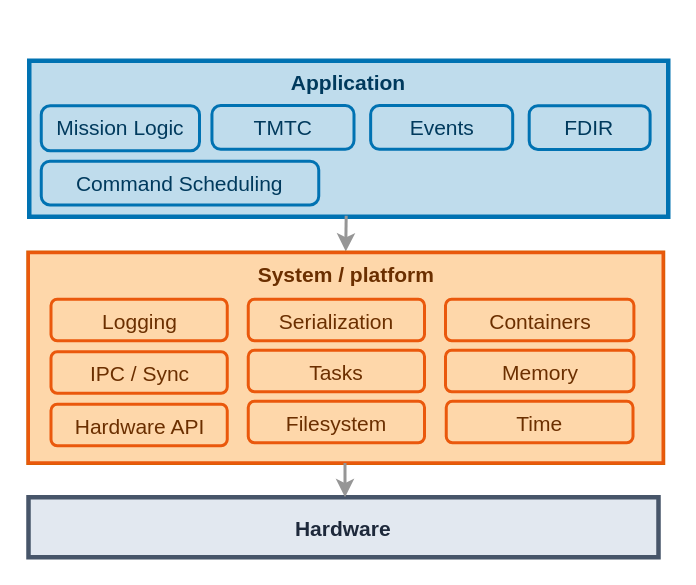
Earlier version of the draw.io diagram static/sat-rs/book/images/satrs-arch-generic.drawio (robamu/robamu.github.io). Source tidied: cells renumbered, new cells numbered last; positions are measured from the earlier drawing's top-left corner, leaving out a move shared by most shapes. Both pictures are drawn from the tidied source at 150%, with x=0, y=0 at pixel (27, 60).
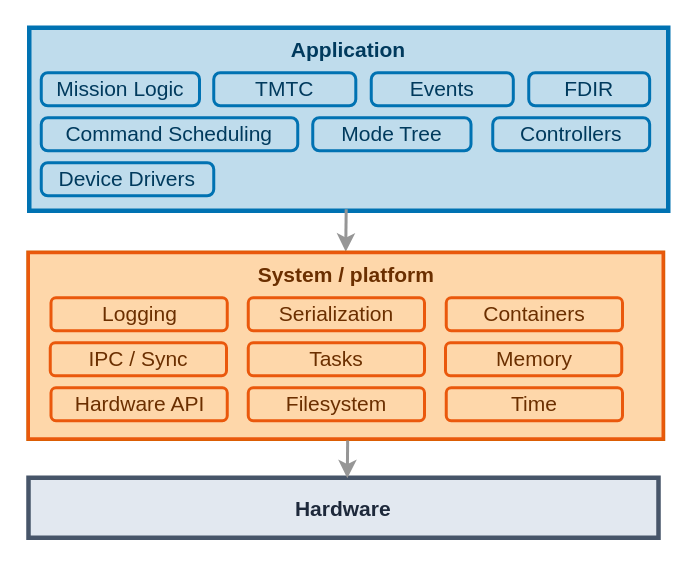
After the change.

Diff of the diagram source:
```diff
@@
     <mxCell id="2" value="Application" style="rounded=0;arcSize=20;strokeWidth=3;fillColor=#BFDCEC;strokeColor=#0072B2;fontSize=14;fontColor=#003A5D;labelBackgroundColor=none;fontStyle=1;labelPosition=center;verticalLabelPosition=middle;align=center;verticalAlign=top;spacingTop=0;perimeterSpacing=1;" parent="1" vertex="1">
-      <mxGeometry x="1" width="426" height="104" as="geometry" />
+      <mxGeometry x="1" y="-22" width="426" height="122" as="geometry" />
     </mxCell>
     <mxCell id="3" value="Hardware" style="rounded=0;arcSize=20;strokeWidth=3;fillColor=#E2E8F0;strokeColor=#475569;fontColor=#1E293B;labelBackgroundColor=none;fontStyle=1;fontSize=14;perimeterSpacing=1;" parent="1" vertex="1">
-      <mxGeometry x="0.5" y="291" width="420" height="40" as="geometry" />
+      <mxGeometry x="0.5" y="278" width="420" height="40" as="geometry" />
     </mxCell>
@@
     <mxCell id="5" style="group;fillColor=#FFF7ED;rounded=0;labelBackgroundColor=none;fontColor=#6B2F00;strokeColor=#D55E00;strokeWidth=3;perimeterSpacing=1;" parent="1" vertex="1">
-      <mxGeometry x="0.5" y="128" width="423" height="140" as="geometry" />
+      <mxGeometry x="0.5" y="128" width="423" height="124" as="geometry" />
     </mxCell>
     <mxCell id="6" value="System / platform" style="whiteSpace=wrap;strokeWidth=2;verticalAlign=top;fillColor=#FED7AA;strokeColor=#EA580C;fontColor=#6B2F00;fontSize=14;rounded=0;labelBackgroundColor=none;fontStyle=1;" parent="5" vertex="1">
-      <mxGeometry width="423" height="140" as="geometry" />
+      <mxGeometry width="423" height="124" as="geometry" />
     </mxCell>
-    <mxCell id="7" value="&lt;span style=&quot;font-weight: normal;&quot;&gt;Logging&lt;br&gt;&lt;/span&gt;" style="rounded=1;whiteSpace=wrap;html=1;fillColor=#FED7AA;fontColor=#6B2F00;strokeColor=#EA580C;labelBackgroundColor=none;strokeWidth=2;align=center;verticalAlign=top;fontFamily=Helvetica;fontSize=14;fontStyle=1;" parent="5" vertex="1">
-      <mxGeometry x="15" y="31" width="117.5" height="27.6" as="geometry" />
+    <mxCell id="7" value="&lt;span style=&quot;font-weight: normal;&quot;&gt;Logging&lt;br&gt;&lt;/span&gt;" style="rounded=1;whiteSpace=wrap;html=1;fillColor=#FED7AA;fontColor=#6B2F00;strokeColor=#EA580C;labelBackgroundColor=none;strokeWidth=2;align=center;verticalAlign=middle;fontFamily=Helvetica;fontSize=14;fontStyle=1;" parent="5" vertex="1">
+      <mxGeometry x="15" y="30" width="117.5" height="22" as="geometry" />
     </mxCell>
-    <mxCell id="8" value="&lt;span style=&quot;font-weight: normal;&quot;&gt;Serialization&lt;/span&gt;" style="rounded=1;whiteSpace=wrap;html=1;fillColor=#FED7AA;fontColor=#6B2F00;strokeColor=#EA580C;labelBackgroundColor=none;strokeWidth=2;align=center;verticalAlign=top;fontFamily=Helvetica;fontSize=14;fontStyle=1;" parent="5" vertex="1">
-      <mxGeometry x="146.5" y="31" width="117.5" height="27.6" as="geometry" />
+    <mxCell id="8" value="&lt;span style=&quot;font-weight: normal;&quot;&gt;Serialization&lt;/span&gt;" style="rounded=1;whiteSpace=wrap;html=1;fillColor=#FED7AA;fontColor=#6B2F00;strokeColor=#EA580C;labelBackgroundColor=none;strokeWidth=2;align=center;verticalAlign=middle;fontFamily=Helvetica;fontSize=14;fontStyle=1;" parent="5" vertex="1">
+      <mxGeometry x="146.5" y="30" width="117.5" height="22" as="geometry" />
     </mxCell>
-    <mxCell id="9" value="&lt;span style=&quot;font-weight: normal;&quot;&gt;Containers&lt;/span&gt;" style="rounded=1;whiteSpace=wrap;html=1;fillColor=#FED7AA;fontColor=#6B2F00;strokeColor=#EA580C;labelBackgroundColor=none;strokeWidth=2;align=center;verticalAlign=top;fontFamily=Helvetica;fontSize=14;fontStyle=1;" parent="5" vertex="1">
-      <mxGeometry x="278" y="31" width="125.6" height="27.6" as="geometry" />
+    <mxCell id="9" value="&lt;span style=&quot;font-weight: normal;&quot;&gt;Containers&lt;/span&gt;" style="rounded=1;whiteSpace=wrap;html=1;fillColor=#FED7AA;fontColor=#6B2F00;strokeColor=#EA580C;labelBackgroundColor=none;strokeWidth=2;align=center;verticalAlign=middle;fontFamily=Helvetica;fontSize=14;fontStyle=1;" parent="5" vertex="1">
+      <mxGeometry x="278.5" y="30" width="117.5" height="22" as="geometry" />
     </mxCell>
-    <mxCell id="10" value="&lt;span style=&quot;font-weight: normal;&quot;&gt;IPC / Sync&lt;/span&gt;" style="rounded=1;whiteSpace=wrap;html=1;fillColor=#FED7AA;fontColor=#6B2F00;strokeColor=#EA580C;labelBackgroundColor=none;strokeWidth=2;align=center;verticalAlign=top;fontFamily=Helvetica;fontSize=14;fontStyle=1;" parent="5" vertex="1">
-      <mxGeometry x="15" y="66" width="117.5" height="27.6" as="geometry" />
+    <mxCell id="10" value="&lt;span style=&quot;font-weight: normal;&quot;&gt;IPC / Sync&lt;/span&gt;" style="rounded=1;whiteSpace=wrap;html=1;fillColor=#FED7AA;fontColor=#6B2F00;strokeColor=#EA580C;labelBackgroundColor=none;strokeWidth=2;align=center;verticalAlign=middle;fontFamily=Helvetica;fontSize=14;fontStyle=1;" parent="5" vertex="1">
+      <mxGeometry x="14.5" y="60" width="117.5" height="22" as="geometry" />
     </mxCell>
-    <mxCell id="11" value="&lt;span style=&quot;font-weight: normal;&quot;&gt;Memory&lt;/span&gt;" style="rounded=1;whiteSpace=wrap;html=1;fillColor=#FED7AA;fontColor=#6B2F00;strokeColor=#EA580C;labelBackgroundColor=none;strokeWidth=2;align=center;verticalAlign=top;fontFamily=Helvetica;fontSize=14;fontStyle=1;" parent="5" vertex="1">
-      <mxGeometry x="278" y="65" width="125.6" height="27.6" as="geometry" />
+    <mxCell id="11" value="&lt;span style=&quot;font-weight: normal;&quot;&gt;Memory&lt;/span&gt;" style="rounded=1;whiteSpace=wrap;html=1;fillColor=#FED7AA;fontColor=#6B2F00;strokeColor=#EA580C;labelBackgroundColor=none;strokeWidth=2;align=center;verticalAlign=middle;fontFamily=Helvetica;fontSize=14;fontStyle=1;" parent="5" vertex="1">
+      <mxGeometry x="278" y="60" width="117.5" height="22" as="geometry" />
     </mxCell>
-    <mxCell id="12" value="&lt;span style=&quot;font-weight: normal;&quot;&gt;Tasks&lt;/span&gt;" style="rounded=1;whiteSpace=wrap;html=1;fillColor=#FED7AA;fontColor=#6B2F00;strokeColor=#EA580C;labelBackgroundColor=none;strokeWidth=2;align=center;verticalAlign=top;fontFamily=Helvetica;fontSize=14;fontStyle=1;" parent="5" vertex="1">
-      <mxGeometry x="146.5" y="65" width="117.5" height="27.6" as="geometry" />
+    <mxCell id="12" value="&lt;span style=&quot;font-weight: normal;&quot;&gt;Tasks&lt;/span&gt;" style="rounded=1;whiteSpace=wrap;html=1;fillColor=#FED7AA;fontColor=#6B2F00;strokeColor=#EA580C;labelBackgroundColor=none;strokeWidth=2;align=center;verticalAlign=middle;fontFamily=Helvetica;fontSize=14;fontStyle=1;" parent="5" vertex="1">
+      <mxGeometry x="146.5" y="60" width="117.5" height="22" as="geometry" />
     </mxCell>
-    <mxCell id="13" value="&lt;span style=&quot;font-weight: normal;&quot;&gt;Hardware API&lt;/span&gt;" style="rounded=1;whiteSpace=wrap;html=1;fillColor=#FED7AA;fontColor=#6B2F00;strokeColor=#EA580C;labelBackgroundColor=none;strokeWidth=2;align=center;verticalAlign=top;fontFamily=Helvetica;fontSize=14;fontStyle=1;" parent="5" vertex="1">
-      <mxGeometry x="15" y="101" width="117.5" height="27.6" as="geometry" />
+    <mxCell id="13" value="&lt;span style=&quot;font-weight: normal;&quot;&gt;Hardware API&lt;/span&gt;" style="rounded=1;whiteSpace=wrap;html=1;fillColor=#FED7AA;fontColor=#6B2F00;strokeColor=#EA580C;labelBackgroundColor=none;strokeWidth=2;align=center;verticalAlign=middle;fontFamily=Helvetica;fontSize=14;fontStyle=1;" parent="5" vertex="1">
+      <mxGeometry x="15" y="90" width="117.5" height="22" as="geometry" />
     </mxCell>
-    <mxCell id="14" value="&lt;span style=&quot;font-weight: normal;&quot;&gt;Filesystem&lt;/span&gt;" style="rounded=1;whiteSpace=wrap;html=1;fillColor=#FED7AA;fontColor=#6B2F00;strokeColor=#EA580C;labelBackgroundColor=none;strokeWidth=2;align=center;verticalAlign=top;fontFamily=Helvetica;fontSize=14;fontStyle=1;" parent="5" vertex="1">
-      <mxGeometry x="146.5" y="99" width="117.5" height="27.6" as="geometry" />
+    <mxCell id="14" value="&lt;span style=&quot;font-weight: normal;&quot;&gt;Filesystem&lt;/span&gt;" style="rounded=1;whiteSpace=wrap;html=1;fillColor=#FED7AA;fontColor=#6B2F00;strokeColor=#EA580C;labelBackgroundColor=none;strokeWidth=2;align=center;verticalAlign=middle;fontFamily=Helvetica;fontSize=14;fontStyle=1;" parent="5" vertex="1">
+      <mxGeometry x="146.5" y="90" width="117.5" height="22" as="geometry" />
     </mxCell>
-    <mxCell id="15" value="&lt;span style=&quot;font-weight: normal;&quot;&gt;Time&lt;/span&gt;" style="rounded=1;whiteSpace=wrap;html=1;fillColor=#FED7AA;fontColor=#6B2F00;strokeColor=#EA580C;labelBackgroundColor=none;strokeWidth=2;align=center;verticalAlign=top;fontFamily=Helvetica;fontSize=14;fontStyle=1;" parent="5" vertex="1">
-      <mxGeometry x="278.5" y="99" width="124.5" height="27.6" as="geometry" />
+    <mxCell id="15" value="&lt;span style=&quot;font-weight: normal;&quot;&gt;Time&lt;/span&gt;" style="rounded=1;whiteSpace=wrap;html=1;fillColor=#FED7AA;fontColor=#6B2F00;strokeColor=#EA580C;labelBackgroundColor=none;strokeWidth=2;align=center;verticalAlign=middle;fontFamily=Helvetica;fontSize=14;fontStyle=1;" parent="5" vertex="1">
+      <mxGeometry x="278.5" y="90" width="117.5" height="22" as="geometry" />
     </mxCell>
-    <mxCell id="16" style="edgeStyle=orthogonalEdgeStyle;rounded=0;orthogonalLoop=1;jettySize=auto;html=1;entryX=0.5;entryY=0;entryDx=0;entryDy=0;fontColor=#000000;strokeColor=#969696;strokeWidth=2;exitX=0.46;exitY=1.008;exitDx=0;exitDy=0;exitPerimeter=0;" parent="1" edge="1">
-      <mxGeometry relative="1" as="geometry">
-        <mxPoint x="212.5" y="269.1" as="sourcePoint" />
-        <mxPoint x="211.5" y="291" as="targetPoint" />
-      </mxGeometry>
+    <mxCell id="16" style="edgeStyle=orthogonalEdgeStyle;rounded=0;jettySize=auto;html=1;entryX=0.506;entryY=0.031;entryDx=0;entryDy=0;fontColor=#000000;strokeColor=#969696;strokeWidth=2;exitX=0.503;exitY=1.009;exitDx=0;exitDy=0;entryPerimeter=0;exitPerimeter=0;" parent="1" edge="1" source="6" target="3">
+      <mxGeometry relative="1" as="geometry" />
     </mxCell>
-    <mxCell id="17" value="&lt;span style=&quot;font-weight: normal;&quot;&gt;Command Scheduling&lt;/span&gt;" style="rounded=1;whiteSpace=wrap;html=1;fillColor=#BFDCEC;fontColor=#003A5D;strokeColor=#0072B2;labelBackgroundColor=none;strokeWidth=2;align=center;verticalAlign=top;fontFamily=Helvetica;fontSize=14;fontStyle=1;spacingTop=0;arcSize=20;" parent="1" vertex="1">
-      <mxGeometry x="9" y="67" width="185" height="29.1" as="geometry" />
+    <mxCell id="17" value="&lt;span style=&quot;font-weight: normal;&quot;&gt;Command Scheduling&lt;/span&gt;" style="rounded=1;whiteSpace=wrap;html=1;fillColor=#BFDCEC;fontColor=#003A5D;strokeColor=#0072B2;labelBackgroundColor=none;strokeWidth=2;align=center;verticalAlign=middle;fontFamily=Helvetica;fontSize=14;fontStyle=1;spacingTop=0;arcSize=20;" parent="1" vertex="1">
+      <mxGeometry x="9" y="38" width="171" height="22" as="geometry" />
     </mxCell>
-    <mxCell id="18" value="&lt;span style=&quot;font-weight: normal;&quot;&gt;Mission Logic&lt;/span&gt;" style="rounded=1;whiteSpace=wrap;html=1;fillColor=#BFDCEC;fontColor=#003A5D;strokeColor=#0072B2;labelBackgroundColor=none;strokeWidth=2;align=center;verticalAlign=top;fontFamily=Helvetica;fontSize=14;fontStyle=1;spacingTop=0;arcSize=20;" parent="1" vertex="1">
-      <mxGeometry x="9" y="30" width="105.5" height="30" as="geometry" />
+    <mxCell id="18" value="&lt;span style=&quot;font-weight: normal;&quot;&gt;Mission Logic&lt;/span&gt;" style="rounded=1;whiteSpace=wrap;html=1;fillColor=#BFDCEC;fontColor=#003A5D;strokeColor=#0072B2;labelBackgroundColor=none;strokeWidth=2;align=center;verticalAlign=middle;fontFamily=Helvetica;fontSize=14;fontStyle=1;spacingTop=0;arcSize=20;" parent="1" vertex="1">
+      <mxGeometry x="9" y="8" width="105.5" height="22" as="geometry" />
     </mxCell>
-    <mxCell id="19" value="&lt;span style=&quot;font-weight: normal;&quot;&gt;Events&lt;/span&gt;" style="rounded=1;whiteSpace=wrap;html=1;fillColor=#BFDCEC;fontColor=#003A5D;strokeColor=#0072B2;labelBackgroundColor=none;strokeWidth=2;align=center;verticalAlign=top;fontFamily=Helvetica;fontSize=14;fontStyle=1;spacingTop=0;arcSize=20;" parent="1" vertex="1">
-      <mxGeometry x="228.6" y="29.9" width="94.7" height="29.1" as="geometry" />
+    <mxCell id="19" value="&lt;span style=&quot;font-weight: normal;&quot;&gt;Events&lt;/span&gt;" style="rounded=1;whiteSpace=wrap;html=1;fillColor=#BFDCEC;fontColor=#003A5D;strokeColor=#0072B2;labelBackgroundColor=none;strokeWidth=2;align=center;verticalAlign=middle;fontFamily=Helvetica;fontSize=14;fontStyle=1;spacingTop=0;arcSize=20;" parent="1" vertex="1">
+      <mxGeometry x="229" y="8" width="94.7" height="22" as="geometry" />
     </mxCell>
-    <mxCell id="20" value="&lt;span style=&quot;font-weight: normal;&quot;&gt;FDIR&lt;/span&gt;" style="rounded=1;whiteSpace=wrap;html=1;fillColor=#BFDCEC;fontColor=#003A5D;strokeColor=#0072B2;labelBackgroundColor=none;strokeWidth=2;align=center;verticalAlign=top;fontFamily=Helvetica;fontSize=14;fontStyle=1;spacingTop=0;arcSize=20;" parent="1" vertex="1">
-      <mxGeometry x="334.3" y="30" width="80.6" height="29.1" as="geometry" />
+    <mxCell id="20" value="&lt;span style=&quot;font-weight: normal;&quot;&gt;FDIR&lt;/span&gt;" style="rounded=1;whiteSpace=wrap;html=1;fillColor=#BFDCEC;fontColor=#003A5D;strokeColor=#0072B2;labelBackgroundColor=none;strokeWidth=2;align=center;verticalAlign=middle;fontFamily=Helvetica;fontSize=14;fontStyle=1;spacingTop=0;arcSize=20;" parent="1" vertex="1">
+      <mxGeometry x="334" y="8" width="80.6" height="22" as="geometry" />
     </mxCell>
-    <mxCell id="21" value="&lt;span style=&quot;font-weight: normal;&quot;&gt;TMTC&lt;/span&gt;" style="rounded=1;whiteSpace=wrap;html=1;fillColor=#BFDCEC;fontColor=#003A5D;strokeColor=#0072B2;labelBackgroundColor=none;strokeWidth=2;align=center;verticalAlign=top;fontFamily=Helvetica;fontSize=14;fontStyle=1;spacingTop=0;arcSize=20;" parent="1" vertex="1">
-      <mxGeometry x="122.8" y="29.9" width="94.7" height="29.1" as="geometry" />
+    <mxCell id="21" value="&lt;span style=&quot;font-weight: normal;&quot;&gt;TMTC&lt;/span&gt;" style="rounded=1;whiteSpace=wrap;html=1;fillColor=#BFDCEC;fontColor=#003A5D;strokeColor=#0072B2;labelBackgroundColor=none;strokeWidth=2;align=center;verticalAlign=middle;fontFamily=Helvetica;fontSize=14;fontStyle=1;spacingTop=0;arcSize=20;" parent="1" vertex="1">
+      <mxGeometry x="124" y="8" width="94.7" height="22" as="geometry" />
     </mxCell>
+    <mxCell id="22" value="&lt;span style=&quot;font-weight: normal;&quot;&gt;Mode Tree&lt;/span&gt;" style="rounded=1;whiteSpace=wrap;html=1;fillColor=#BFDCEC;fontColor=#003A5D;strokeColor=#0072B2;labelBackgroundColor=none;strokeWidth=2;align=center;verticalAlign=middle;fontFamily=Helvetica;fontSize=14;fontStyle=1;spacingTop=0;arcSize=20;" parent="1" vertex="1">
+      <mxGeometry x="190" y="38" width="105.5" height="22" as="geometry" />
+    </mxCell>
+    <mxCell id="23" value="&lt;span style=&quot;font-weight: normal;&quot;&gt;Controllers&lt;/span&gt;" style="rounded=1;whiteSpace=wrap;html=1;fillColor=#BFDCEC;fontColor=#003A5D;strokeColor=#0072B2;labelBackgroundColor=none;strokeWidth=2;align=center;verticalAlign=middle;fontFamily=Helvetica;fontSize=14;fontStyle=1;spacingTop=0;arcSize=20;" parent="1" vertex="1">
+      <mxGeometry x="310" y="38" width="104.6" height="22" as="geometry" />
+    </mxCell>
+    <mxCell id="24" value="&lt;span style=&quot;font-weight: normal;&quot;&gt;Device Drivers&lt;/span&gt;" style="rounded=1;whiteSpace=wrap;html=1;fillColor=#BFDCEC;fontColor=#003A5D;strokeColor=#0072B2;labelBackgroundColor=none;strokeWidth=2;align=center;verticalAlign=middle;fontFamily=Helvetica;fontSize=14;fontStyle=1;spacingTop=0;arcSize=20;" parent="1" vertex="1">
+      <mxGeometry x="9" y="68" width="115" height="22" as="geometry" />
+    </mxCell>
```
